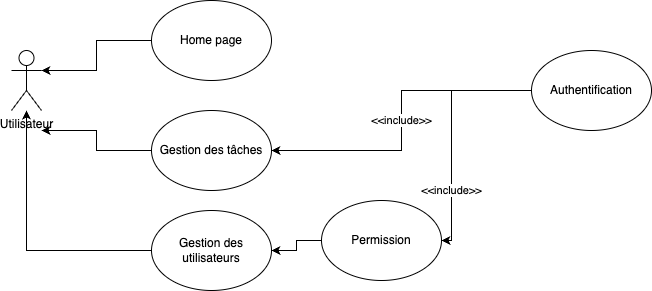
Above: UML/cas-utilisation.drawio.png in Luca-OpenClassRooms/project_8 (draw.io), before the change. Source tidied: cells renumbered, new cells last; positions are measured from the earlier drawing's top-left corner, leaving out a move shared by most shapes.
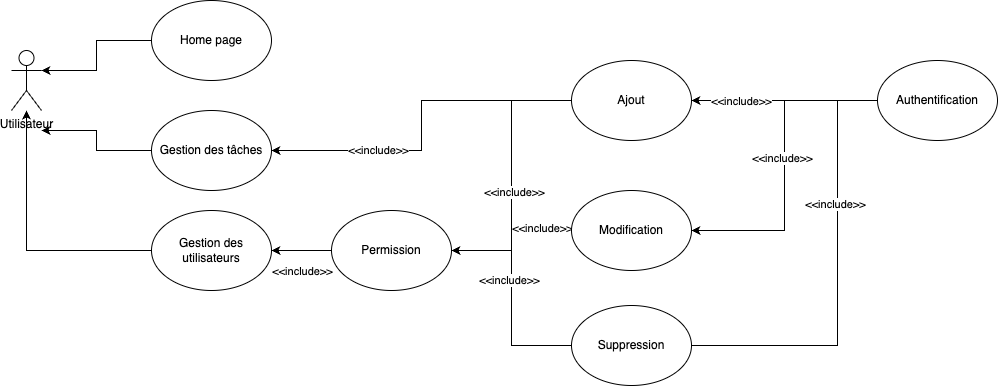
Above is the later version.

Change to the diagram source:
```diff
@@ -25,28 +25,75 @@
     <mxCell id="8" value="Gestion des utilisateurs" style="ellipse;whiteSpace=wrap;html=1;" parent="1" vertex="1">
       <mxGeometry x="140" y="210" width="120" height="80" as="geometry" />
     </mxCell>
-    <mxCell id="9" style="edgeStyle=orthogonalEdgeStyle;rounded=0;jettySize=auto;html=1;" parent="1" edge="1" source="12" target="14">
-      <mxGeometry relative="1" as="geometry">
-        <Array as="points">
-          <mxPoint x="440" y="90" />
-          <mxPoint x="440" y="240" />
-        </Array>
-      </mxGeometry>
-    </mxCell>
-    <mxCell id="10" value="&amp;lt;&amp;lt;include&amp;gt;&amp;gt;" style="edgeLabel;html=1;align=center;verticalAlign=middle;" parent="9" vertex="1">
-      <mxGeometry x="0.49" y="-1" relative="1" as="geometry" />
-    </mxCell>
-    <mxCell id="11" value="&amp;lt;&amp;lt;include&amp;gt;&amp;gt;" style="edgeStyle=orthogonalEdgeStyle;rounded=0;jettySize=auto;html=1;" parent="1" edge="1" source="12" target="6">
-      <mxGeometry relative="1" as="geometry" />
-    </mxCell>
+    <mxCell id="15" style="edgeStyle=orthogonalEdgeStyle;rounded=0;jettySize=auto;html=1;entryX=1;entryY=0.5;entryDx=0;entryDy=0;" parent="1" edge="1" source="12" target="27">
+      <mxGeometry relative="1" as="geometry" />
+    </mxCell>
+    <mxCell id="16" value="&amp;lt;&amp;lt;include&amp;gt;&amp;gt;" style="edgeLabel;html=1;align=center;verticalAlign=middle;" parent="15" vertex="1">
+      <mxGeometry x="-0.05" y="-3" relative="1" as="geometry" />
+    </mxCell>
+    <mxCell id="17" style="edgeStyle=orthogonalEdgeStyle;rounded=0;jettySize=auto;html=1;entryX=1;entryY=0.5;entryDx=0;entryDy=0;" parent="1" edge="1" source="12" target="24">
+      <mxGeometry relative="1" as="geometry" />
+    </mxCell>
+    <mxCell id="18" value="&amp;lt;&amp;lt;include&amp;gt;&amp;gt;" style="edgeLabel;html=1;align=center;verticalAlign=middle;" parent="17" vertex="1">
+      <mxGeometry x="0.47" relative="1" as="geometry" />
+    </mxCell>
     <mxCell id="12" value="Authentification" style="ellipse;whiteSpace=wrap;html=1;" parent="1" vertex="1">
-      <mxGeometry x="520" y="50" width="120" height="80" as="geometry" />
+      <mxGeometry x="866" y="60" width="120" height="80" as="geometry" />
     </mxCell>
     <mxCell id="13" style="edgeStyle=orthogonalEdgeStyle;rounded=0;jettySize=auto;html=1;exitX=0;exitY=0.5;exitDx=0;exitDy=0;" parent="1" edge="1" source="14" target="8">
       <mxGeometry relative="1" as="geometry" />
     </mxCell>
+    <mxCell id="19" value="&amp;lt;&amp;lt;include&amp;gt;&amp;gt;" style="edgeLabel;html=1;align=center;verticalAlign=middle;" parent="13" vertex="1">
+      <mxGeometry x="0.2" y="3" relative="1" as="geometry">
+        <mxPoint x="6" y="17" as="offset" />
+      </mxGeometry>
+    </mxCell>
     <mxCell id="14" value="Permission" style="ellipse;whiteSpace=wrap;html=1;" parent="1" vertex="1">
-      <mxGeometry x="310" y="200" width="120" height="80" as="geometry" />
+      <mxGeometry x="320" y="210" width="120" height="80" as="geometry" />
     </mxCell>
+    <mxCell id="20" style="edgeStyle=orthogonalEdgeStyle;rounded=0;jettySize=auto;html=1;entryX=1;entryY=0.5;entryDx=0;entryDy=0;" parent="1" edge="1" source="24" target="14">
+      <mxGeometry relative="1" as="geometry" />
+    </mxCell>
+    <mxCell id="21" value="&amp;lt;&amp;lt;include&amp;gt;&amp;gt;" style="edgeLabel;html=1;align=center;verticalAlign=middle;" parent="20" vertex="1">
+      <mxGeometry x="0.12" y="2" relative="1" as="geometry" />
+    </mxCell>
+    <mxCell id="22" style="edgeStyle=orthogonalEdgeStyle;rounded=0;jettySize=auto;html=1;" parent="1" edge="1" source="24" target="6">
+      <mxGeometry relative="1" as="geometry" />
+    </mxCell>
+    <mxCell id="23" value="&amp;lt;&amp;lt;include&amp;gt;&amp;gt;" style="edgeLabel;html=1;align=center;verticalAlign=middle;" parent="22" vertex="1">
+      <mxGeometry x="0.39" y="-1" relative="1" as="geometry" />
+    </mxCell>
+    <mxCell id="24" value="Ajout" style="ellipse;whiteSpace=wrap;html=1;" parent="1" vertex="1">
+      <mxGeometry x="560" y="60" width="120" height="80" as="geometry" />
+    </mxCell>
+    <mxCell id="25" style="edgeStyle=orthogonalEdgeStyle;rounded=0;jettySize=auto;html=1;" parent="1" edge="1" source="27" target="14">
+      <mxGeometry relative="1" as="geometry" />
+    </mxCell>
+    <mxCell id="26" value="&amp;lt;&amp;lt;include&amp;gt;&amp;gt;" style="edgeLabel;html=1;align=center;verticalAlign=middle;" parent="25" vertex="1">
+      <mxGeometry x="-0.57" y="-3" relative="1" as="geometry" />
+    </mxCell>
+    <mxCell id="27" value="Modification" style="ellipse;whiteSpace=wrap;html=1;" parent="1" vertex="1">
+      <mxGeometry x="560" y="190" width="120" height="80" as="geometry" />
+    </mxCell>
+    <mxCell id="28" style="edgeStyle=orthogonalEdgeStyle;rounded=0;jettySize=auto;html=1;endArrow=none;entryX=1;entryY=0.5;entryDx=0;entryDy=0;" parent="1" edge="1" source="12" target="32">
+      <mxGeometry relative="1" as="geometry">
+        <Array as="points">
+          <mxPoint x="826" y="100" />
+          <mxPoint x="826" y="345" />
+        </Array>
+      </mxGeometry>
+    </mxCell>
+    <mxCell id="29" value="&amp;lt;&amp;lt;include&amp;gt;&amp;gt;" style="edgeLabel;html=1;align=center;verticalAlign=middle;" parent="28" vertex="1">
+      <mxGeometry x="-0.34" y="-3" relative="1" as="geometry" />
+    </mxCell>
+    <mxCell id="30" style="edgeStyle=orthogonalEdgeStyle;rounded=0;jettySize=auto;html=1;entryX=1;entryY=0.5;entryDx=0;entryDy=0;" parent="1" edge="1" source="32" target="14">
+      <mxGeometry relative="1" as="geometry" />
+    </mxCell>
+    <mxCell id="31" value="&amp;lt;&amp;lt;include&amp;gt;&amp;gt;" style="edgeLabel;html=1;align=center;verticalAlign=middle;" parent="30" vertex="1">
+      <mxGeometry x="0.17" y="3" relative="1" as="geometry" />
+    </mxCell>
+    <mxCell id="32" value="Suppression" style="ellipse;whiteSpace=wrap;html=1;" parent="1" vertex="1">
+      <mxGeometry x="560" y="305" width="120" height="80" as="geometry" />
+    </mxCell>
   </root>
 </mxGraphModel>
```
